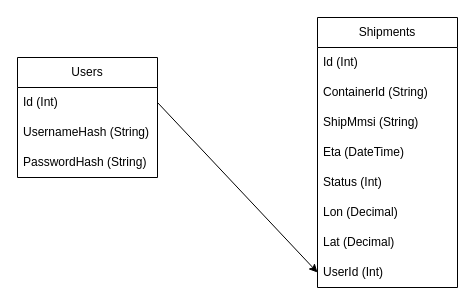
Timanttiso/ShipmentTracking keeps this draw.io diagram as Documentation/Charts/ShipmentTrackingDB.drawio. Above is the earlier version. Source tidied: cells renumbered, new cells numbered last; positions are measured from the earlier drawing's top-left corner, leaving out a move shared by most shapes. Both pictures are drawn from the tidied source at 100%, with x=0, y=0 at pixel (17, 17).
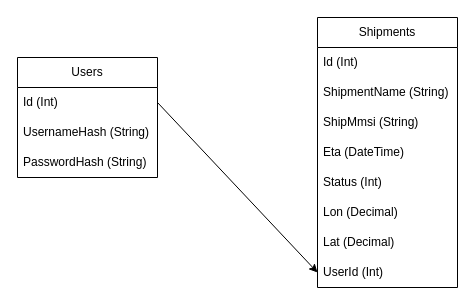
The same diagram, later.

What changed in the source:
```diff
@@
 <mxGraphModel>
   <root>
     <mxCell id="0" />
     <mxCell id="1" parent="0" />
     <mxCell id="2" value="Shipments" style="swimlane;fontStyle=0;horizontal=1;startSize=30;whiteSpace=wrap;html=1;" parent="1" vertex="1">
       <mxGeometry x="300" width="140" height="270" as="geometry" />
     </mxCell>
     <mxCell id="3" value="Id (Int)" style="text;strokeColor=none;fillColor=none;align=left;verticalAlign=middle;spacingLeft=4;spacingRight=4;overflow=hidden;whiteSpace=wrap;html=1;" parent="2" vertex="1">
       <mxGeometry y="30" width="140" height="30" as="geometry" />
     </mxCell>
-    <mxCell id="4" value="ContainerId (String)" style="text;strokeColor=none;fillColor=none;align=left;verticalAlign=middle;spacingLeft=4;spacingRight=4;overflow=hidden;whiteSpace=wrap;html=1;" parent="2" vertex="1">
-      <mxGeometry y="60" width="140" height="30" as="geometry" />
-    </mxCell>
+    <mxCell id="16" value="ShipmentName (String)" style="text;strokeColor=none;fillColor=none;align=left;verticalAlign=middle;spacingLeft=4;spacingRight=4;overflow=hidden;whiteSpace=wrap;html=1;" parent="2" vertex="1">
+      <mxGeometry y="60" width="140" height="30" as="geometry" />
+    </mxCell>
     <mxCell id="5" value="ShipMmsi (String)" style="text;strokeColor=none;fillColor=none;align=left;verticalAlign=middle;spacingLeft=4;spacingRight=4;overflow=hidden;whiteSpace=wrap;html=1;" parent="2" vertex="1">
       <mxGeometry y="90" width="140" height="30" as="geometry" />
     </mxCell>
     <mxCell id="6" value="Eta (DateTime)" style="text;strokeColor=none;fillColor=none;align=left;verticalAlign=middle;spacingLeft=4;spacingRight=4;overflow=hidden;whiteSpace=wrap;html=1;" parent="2" vertex="1">
       <mxGeometry y="120" width="140" height="30" as="geometry" />
     </mxCell>
     <mxCell id="7" value="Status (Int)" style="text;strokeColor=none;fillColor=none;align=left;verticalAlign=middle;spacingLeft=4;spacingRight=4;overflow=hidden;whiteSpace=wrap;html=1;" parent="2" vertex="1">
       <mxGeometry y="150" width="140" height="30" as="geometry" />
     </mxCell>
     <mxCell id="8" value="Lon (Decimal)" style="text;strokeColor=none;fillColor=none;align=left;verticalAlign=middle;spacingLeft=4;spacingRight=4;overflow=hidden;whiteSpace=wrap;html=1;" parent="2" vertex="1">
       <mxGeometry y="180" width="140" height="30" as="geometry" />
     </mxCell>
     <mxCell id="9" value="Lat (Decimal)" style="text;strokeColor=none;fillColor=none;align=left;verticalAlign=middle;spacingLeft=4;spacingRight=4;overflow=hidden;whiteSpace=wrap;html=1;" parent="2" vertex="1">
       <mxGeometry y="210" width="140" height="30" as="geometry" />
     </mxCell>
     <mxCell id="10" value="UserId (Int)" style="text;strokeColor=none;fillColor=none;align=left;verticalAlign=middle;spacingLeft=4;spacingRight=4;overflow=hidden;points=[[0,0.5],[1,0.5]];portConstraint=eastwest;whiteSpace=wrap;html=1;" parent="2" vertex="1">
       <mxGeometry y="240" width="140" height="30" as="geometry" />
     </mxCell>
     <mxCell id="11" value="Users" style="swimlane;fontStyle=0;horizontal=1;startSize=30;whiteSpace=wrap;html=1;" parent="1" vertex="1">
       <mxGeometry y="40" width="140" height="120" as="geometry" />
     </mxCell>
     <mxCell id="12" value="Id (Int)" style="text;strokeColor=none;fillColor=none;align=left;verticalAlign=middle;spacingLeft=4;spacingRight=4;overflow=hidden;points=[[0,0.5],[1,0.5]];portConstraint=eastwest;whiteSpace=wrap;html=1;" parent="11" vertex="1">
       <mxGeometry y="30" width="140" height="30" as="geometry" />
     </mxCell>
     <mxCell id="13" value="UsernameHash (String)" style="text;strokeColor=none;fillColor=none;align=left;verticalAlign=middle;spacingLeft=4;spacingRight=4;overflow=hidden;whiteSpace=wrap;html=1;" parent="11" vertex="1">
       <mxGeometry y="60" width="140" height="30" as="geometry" />
     </mxCell>
     <mxCell id="14" value="PasswordHash (String)" style="text;strokeColor=none;fillColor=none;align=left;verticalAlign=middle;spacingLeft=4;spacingRight=4;overflow=hidden;whiteSpace=wrap;html=1;" parent="11" vertex="1">
       <mxGeometry y="90" width="140" height="30" as="geometry" />
     </mxCell>
     <mxCell id="15" style="endArrow=classic;html=1;rounded=0;entryX=0;entryY=0.5;entryDx=0;entryDy=0;exitX=1;exitY=0.5;exitDx=0;exitDy=0;" parent="1" edge="1" source="12" target="10">
       <mxGeometry relative="1" as="geometry" />
     </mxCell>
   </root>
 </mxGraphModel>
```
